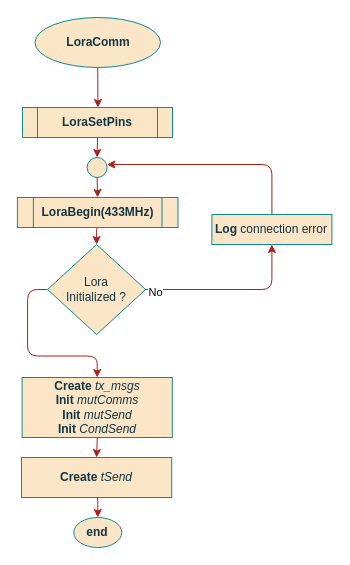
Earlier version of the draw.io diagram page "Constructor" (2 of 6) of project/report/flowcharts/Classes/CLoraComm.drawio (ESRGgroup9/slipad). Source tidied: cells renumbered, new cells numbered last; positions are measured from the earlier drawing's top-left corner, leaving out a move shared by most shapes. Both pictures are drawn from the tidied source at 100%, with x=0, y=0 at pixel (17, 17).
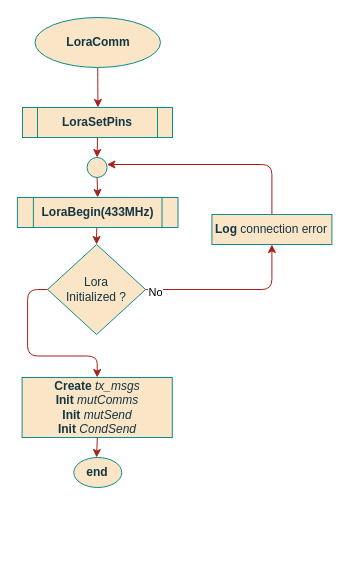
The same diagram, later.

Diff of the diagram source:
```diff
@@
     <mxCell id="4" value="end" style="ellipse;whiteSpace=wrap;html=1;fillColor=#FAE5C7;strokeColor=#0F8B8D;fontColor=#143642;fontStyle=1;" parent="1" vertex="1">
-      <mxGeometry x="56.3" y="500" width="48" height="30" as="geometry" />
+      <mxGeometry x="56.3" y="440" width="48" height="30" as="geometry" />
     </mxCell>
@@
-    <mxCell id="17" style="edgeStyle=orthogonalEdgeStyle;rounded=1;jettySize=auto;html=1;exitX=0.5;exitY=1;exitDx=0;exitDy=0;entryX=0.5;entryY=0;entryDx=0;entryDy=0;strokeColor=#A8201A;" parent="1" edge="1" source="18" target="4">
-      <mxGeometry relative="1" as="geometry" />
-    </mxCell>
-    <mxCell id="18" value="&lt;div&gt;&lt;b&gt;Create&lt;/b&gt; &lt;i&gt;tSend&lt;/i&gt;&lt;/div&gt;" style="rounded=0;whiteSpace=wrap;html=1;sketch=0;fontColor=#143642;strokeColor=#0F8B8D;fillColor=#FAE5C7;" parent="1" vertex="1">
-      <mxGeometry x="4" y="440" width="150.2" height="40" as="geometry" />
-    </mxCell>
-    <mxCell id="19" style="edgeStyle=orthogonalEdgeStyle;rounded=1;jettySize=auto;html=1;exitX=0.5;exitY=1;exitDx=0;exitDy=0;entryX=0.5;entryY=0;entryDx=0;entryDy=0;strokeColor=#A8201A;" parent="1" edge="1" target="18">
+    <mxCell id="19" style="edgeStyle=orthogonalEdgeStyle;rounded=1;orthogonalLoop=1;jettySize=auto;html=1;exitX=0.5;exitY=1;exitDx=0;exitDy=0;entryX=0.5;entryY=0;entryDx=0;entryDy=0;strokeColor=#A8201A;" parent="1" edge="1">
       <mxGeometry relative="1" as="geometry">
         <mxPoint x="79.8" y="420" as="sourcePoint" />
+        <mxPoint x="79.1" y="440" as="targetPoint" />
       </mxGeometry>
     </mxCell>
```
